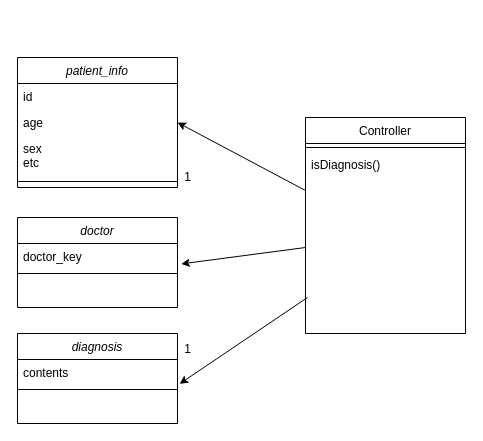
Before: patient/05.classdiagram/UC1-2diagram.drawio in yhb1834/Smart-Health-Prediction-System, a draw.io diagram. Source tidied: cells renumbered, new cells numbered last; positions are measured from the earlier drawing's top-left corner, leaving out a move shared by most shapes. Both pictures are drawn from the tidied source at 100%, with x=0, y=0 at pixel (17, 57).
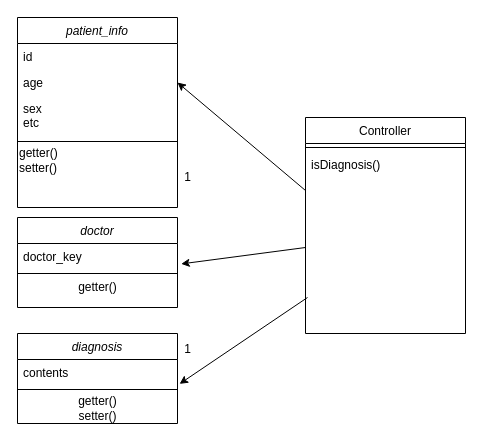
After the change.

The change refers to these unchanged cells:
```xml
<mxCell id="10" value="diagnosis" style="swimlane;fontStyle=2;align=center;verticalAlign=top;horizontal=1;startSize=26;rounded=0;shadow=0;strokeWidth=1;" parent="1" vertex="1">
  <mxGeometry y="276" width="160" height="90" as="geometry" />
</mxCell>
<mxCell id="17" value="doctor" style="swimlane;fontStyle=2;align=center;verticalAlign=top;horizontal=1;startSize=26;rounded=0;shadow=0;strokeWidth=1;" parent="1" vertex="1">
  <mxGeometry y="160" width="160" height="90" as="geometry" />
</mxCell>
```

Change to the diagram source:
```diff
@@
     <mxCell id="2" value="patient_info" style="swimlane;fontStyle=2;align=center;verticalAlign=top;horizontal=1;startSize=26;rounded=0;shadow=0;strokeWidth=1;" parent="1" vertex="1">
-      <mxGeometry width="160" height="130" as="geometry" />
+      <mxGeometry y="-40" width="160" height="190" as="geometry" />
     </mxCell>
@@
+    <mxCell id="21" value="getter()&lt;br&gt;setter()" style="text;html=1;align=left;verticalAlign=middle;strokeColor=none;" parent="2" vertex="1">
+      <mxGeometry y="128" width="160" height="30" as="geometry" />
+    </mxCell>
@@
+    <mxCell id="22" value="getter()&lt;br&gt;setter()" style="text;html=1;align=center;verticalAlign=middle;strokeColor=none;" parent="10" vertex="1">
+      <mxGeometry y="60" width="160" height="30" as="geometry" />
+    </mxCell>
@@
+    <mxCell id="23" value="getter()" style="text;html=1;align=center;verticalAlign=middle;strokeColor=none;" parent="17" vertex="1">
+      <mxGeometry y="60" width="160" height="20" as="geometry" />
+    </mxCell>
```
